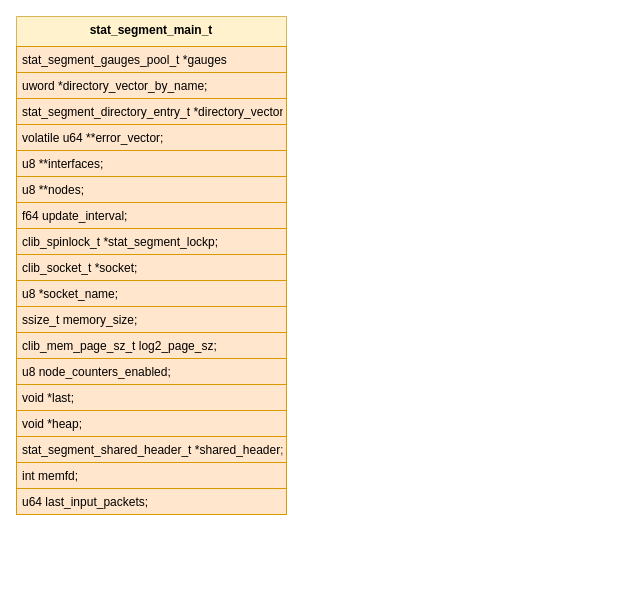
Above: new_map/stats.drawio in jin13417/dpdk-vpp-learning (draw.io), before the change. Source tidied: cells renumbered, new cells numbered last; positions are measured from the earlier drawing's top-left corner, leaving out a move shared by most shapes. Both pictures are drawn from the tidied source at 100%, with x=0, y=0 at pixel (16, 16).
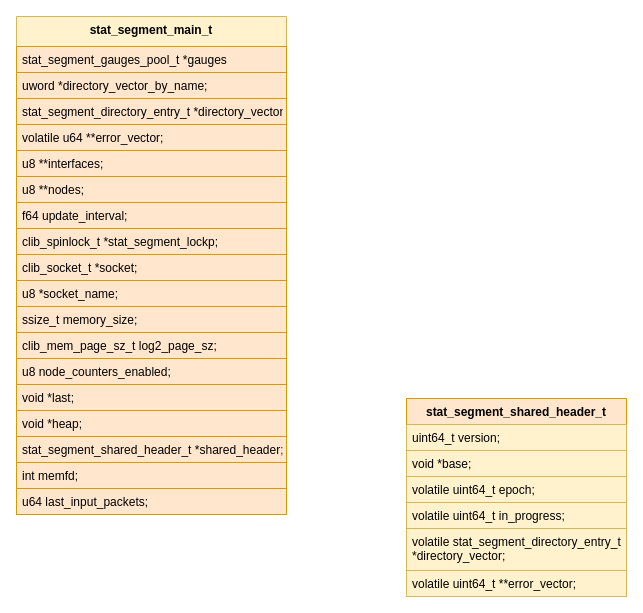
The same page after the edit.

Change to the diagram source:
```diff
@@
+    <mxCell id="21" value="stat_segment_shared_header_t" style="swimlane;fontStyle=1;align=center;verticalAlign=top;horizontal=1;startSize=26;strokeColor=#d79b00;fillColor=#ffe6cc;" parent="1" vertex="1">
+      <mxGeometry x="390" y="382" width="220" height="198" as="geometry" />
+    </mxCell>
+    <mxCell id="22" value="uint64_t version;" style="text;strokeColor=#d6b656;fillColor=#fff2cc;align=left;verticalAlign=top;spacingLeft=4;spacingRight=4;overflow=hidden;" parent="21" vertex="1">
+      <mxGeometry y="26" width="220" height="26" as="geometry" />
+    </mxCell>
+    <mxCell id="23" value="void *base;" style="text;strokeColor=#d6b656;fillColor=#fff2cc;align=left;verticalAlign=top;spacingLeft=4;spacingRight=4;overflow=hidden;" parent="21" vertex="1">
+      <mxGeometry y="52" width="220" height="26" as="geometry" />
+    </mxCell>
+    <mxCell id="24" value="volatile uint64_t epoch;" style="text;strokeColor=#d6b656;fillColor=#fff2cc;align=left;verticalAlign=top;spacingLeft=4;spacingRight=4;overflow=hidden;" parent="21" vertex="1">
+      <mxGeometry y="78" width="220" height="26" as="geometry" />
+    </mxCell>
+    <mxCell id="25" value="volatile uint64_t in_progress;" style="text;strokeColor=#d6b656;fillColor=#fff2cc;align=left;verticalAlign=top;spacingLeft=4;spacingRight=4;overflow=hidden;" parent="21" vertex="1">
+      <mxGeometry y="104" width="220" height="26" as="geometry" />
+    </mxCell>
+    <mxCell id="26" value="volatile stat_segment_directory_entry_t &#10;*directory_vector;" style="text;strokeColor=#d6b656;fillColor=#fff2cc;align=left;verticalAlign=top;spacingLeft=4;spacingRight=4;overflow=hidden;" parent="21" vertex="1">
+      <mxGeometry y="130" width="220" height="42" as="geometry" />
+    </mxCell>
+    <mxCell id="27" value="volatile uint64_t **error_vector;" style="text;strokeColor=#d6b656;fillColor=#fff2cc;align=left;verticalAlign=top;spacingLeft=4;spacingRight=4;overflow=hidden;" parent="21" vertex="1">
+      <mxGeometry y="172" width="220" height="26" as="geometry" />
+    </mxCell>
```
